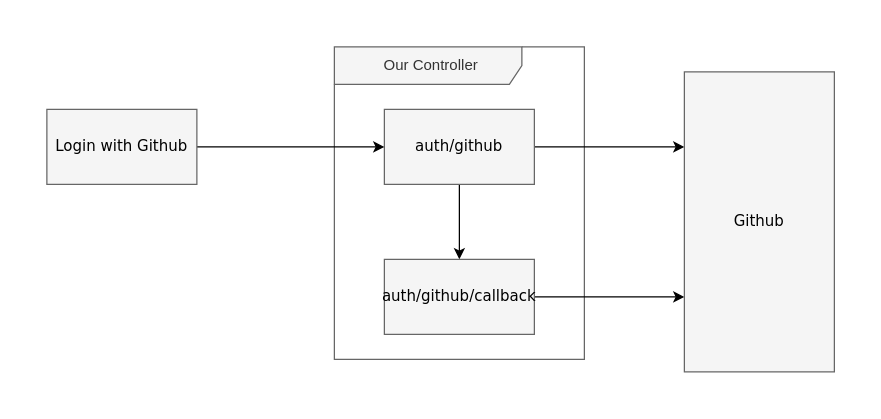
Before: discuss/docs/oauth-github.drawio in FranciscoGuilherme/mastering-elixir, a draw.io diagram. Source tidied: cells renumbered, new cells numbered last; positions are measured from the earlier drawing's top-left corner, leaving out a move shared by most shapes. Both pictures are drawn from the tidied source at 125%, with x=0, y=0 at pixel (46, 46).
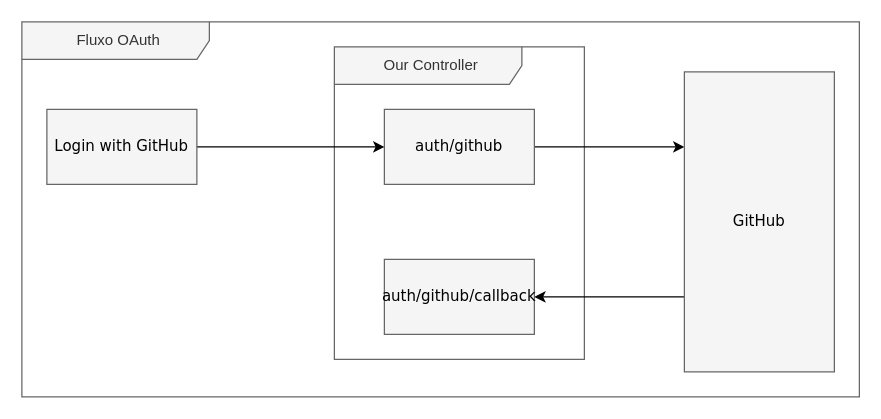
The same diagram, later.

Commit message:
docs(poc): refatora o diagrama do fluxo OAuth com o GitHub.

Change to the diagram source:
```diff
@@
 <mxGraphModel background="#FFFFFF">
   <root>
     <mxCell id="0" />
     <mxCell id="1" parent="0" />
+    <mxCell id="11" value="Fluxo OAuth" style="shape=umlFrame;whiteSpace=wrap;html=1;width=150;height=30;boundedLbl=1;verticalAlign=middle;align=center;spacingLeft=5;rounded=0;sketch=0;fontColor=#333333;strokeColor=#666666;fillColor=#f5f5f5;" parent="1" vertex="1">
+      <mxGeometry x="-20" y="-20" width="670" height="300" as="geometry" />
+    </mxCell>
     <mxCell id="2" value="Our Controller" style="shape=umlFrame;whiteSpace=wrap;html=1;width=150;height=30;boundedLbl=1;verticalAlign=middle;align=center;spacingLeft=5;rounded=0;sketch=0;fontColor=#333333;strokeColor=#666666;fillColor=#f5f5f5;" parent="1" vertex="1">
       <mxGeometry x="230" width="200" height="250" as="geometry" />
     </mxCell>
-    <mxCell id="3" style="edgeStyle=orthogonalEdgeStyle;rounded=1;jettySize=auto;html=1;entryX=0.5;entryY=0;entryDx=0;entryDy=0;strokeColor=#000000;" parent="1" edge="1" source="5" target="7">
-      <mxGeometry relative="1" as="geometry" />
-    </mxCell>
     <mxCell id="4" style="edgeStyle=orthogonalEdgeStyle;rounded=1;jettySize=auto;html=1;entryX=0;entryY=0.25;entryDx=0;entryDy=0;strokeColor=#000000;" parent="1" edge="1" source="5" target="8">
       <mxGeometry relative="1" as="geometry" />
     </mxCell>
     <mxCell id="5" value="auth/github" style="rounded=0;whiteSpace=wrap;html=1;fillColor=#f5f5f5;strokeColor=#666666;fontColor=#000000;fontFamily=Verdana;" parent="1" vertex="1">
       <mxGeometry x="270" y="50" width="120" height="60" as="geometry" />
     </mxCell>
-    <mxCell id="6" style="edgeStyle=orthogonalEdgeStyle;rounded=1;jettySize=auto;html=1;entryX=0;entryY=0.75;entryDx=0;entryDy=0;strokeColor=#000000;" parent="1" edge="1" source="7" target="8">
-      <mxGeometry relative="1" as="geometry" />
+    <mxCell id="6" style="edgeStyle=orthogonalEdgeStyle;rounded=1;jettySize=auto;html=1;strokeColor=#000000;exitX=0;exitY=0.75;exitDx=0;exitDy=0;" parent="1" edge="1" source="8">
+      <mxGeometry relative="1" as="geometry">
+        <mxPoint x="390" y="200" as="targetPoint" />
+      </mxGeometry>
     </mxCell>
     <mxCell id="7" value="auth/github/callback" style="rounded=0;whiteSpace=wrap;html=1;fillColor=#f5f5f5;strokeColor=#666666;fontColor=#000000;fontFamily=Verdana;" parent="1" vertex="1">
       <mxGeometry x="270" y="170" width="120" height="60" as="geometry" />
     </mxCell>
-    <mxCell id="8" value="Github" style="rounded=0;whiteSpace=wrap;html=1;fillColor=#f5f5f5;strokeColor=#666666;fontColor=#000000;fontFamily=Verdana;" parent="1" vertex="1">
+    <mxCell id="8" value="GitHub" style="rounded=0;whiteSpace=wrap;html=1;fillColor=#f5f5f5;strokeColor=#666666;fontColor=#000000;fontFamily=Verdana;" parent="1" vertex="1">
       <mxGeometry x="510" y="20" width="120" height="240" as="geometry" />
     </mxCell>
     <mxCell id="9" style="edgeStyle=orthogonalEdgeStyle;rounded=1;jettySize=auto;html=1;strokeColor=#000000;" parent="1" edge="1" source="10" target="5">
       <mxGeometry relative="1" as="geometry" />
     </mxCell>
-    <mxCell id="10" value="Login with Github" style="rounded=0;whiteSpace=wrap;html=1;fillColor=#f5f5f5;strokeColor=#666666;fontColor=#000000;fontFamily=Verdana;" parent="1" vertex="1">
+    <mxCell id="10" value="Login with GitHub" style="rounded=0;whiteSpace=wrap;html=1;fillColor=#f5f5f5;strokeColor=#666666;fontColor=#000000;fontFamily=Verdana;" parent="1" vertex="1">
       <mxGeometry y="50" width="120" height="60" as="geometry" />
     </mxCell>
   </root>
 </mxGraphModel>
```
